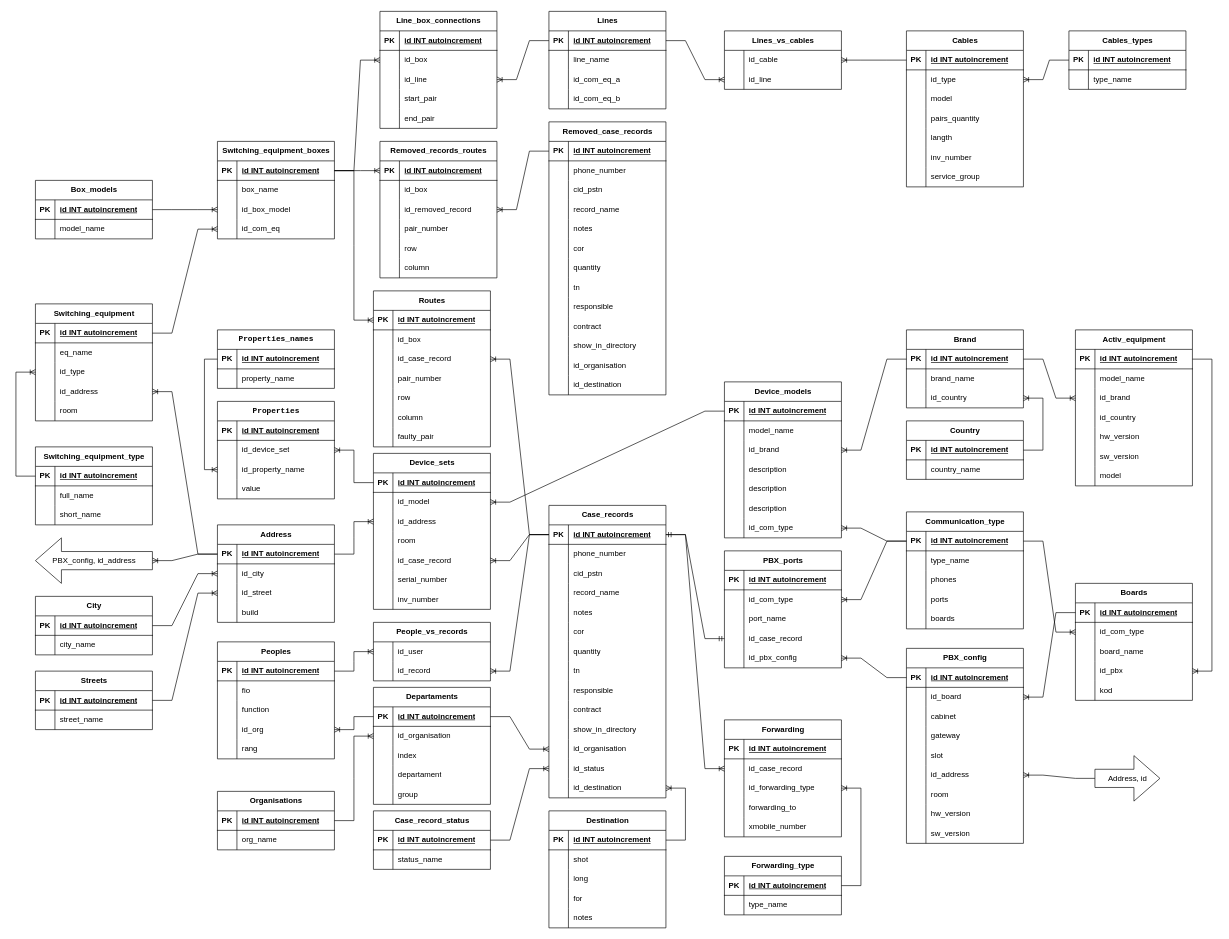
AndyHustler/HomeworkForJSFullStack keeps this draw.io diagram as Project/БД для проекта.drawio. Above is the earlier version. Source tidied: cells renumbered, new cells numbered last; positions are measured from the earlier drawing's top-left corner, leaving out a move shared by most shapes. Both pictures are drawn from the tidied source at 65%, with x=0, y=0 at pixel (16, 11).
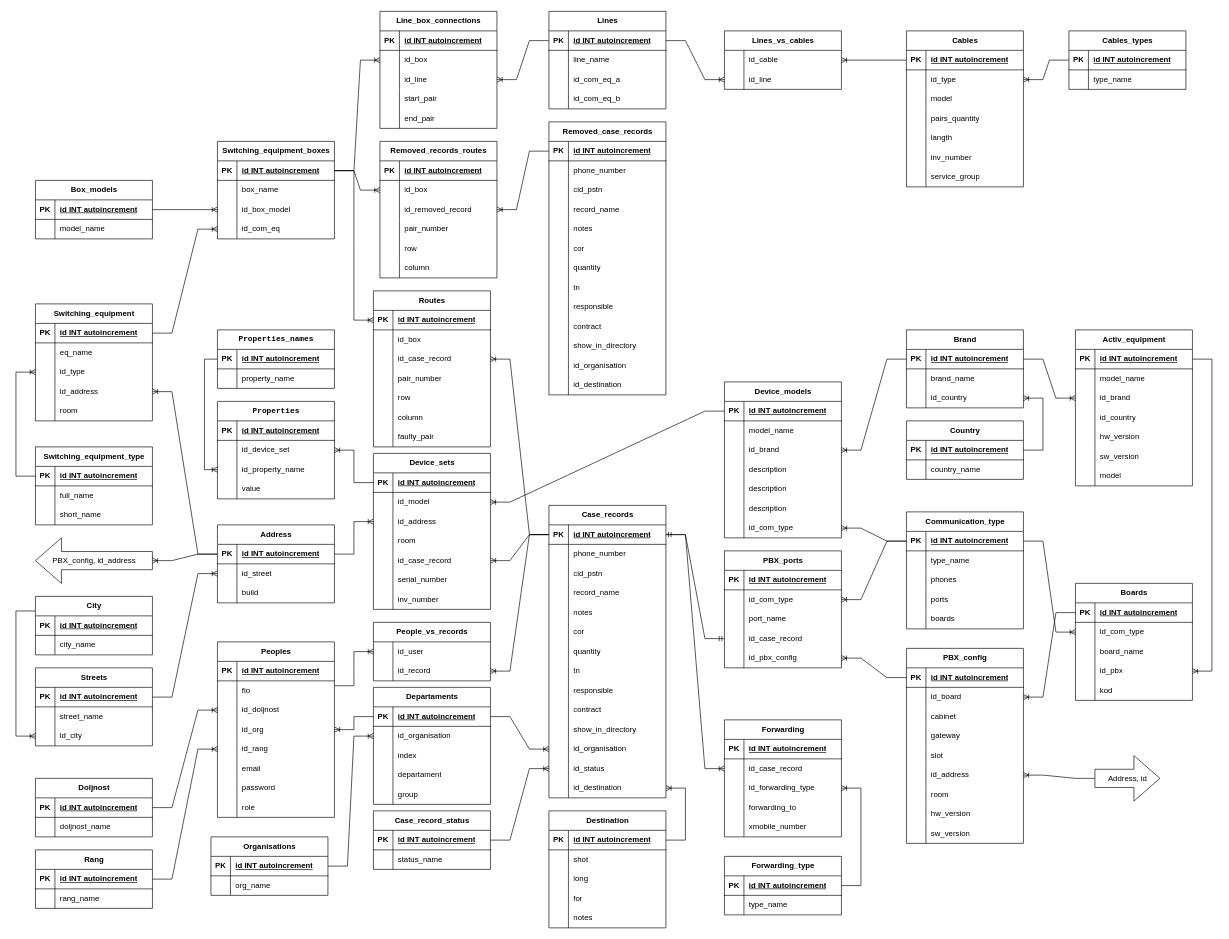
Above is the later version.

The change refers to these unchanged cells:
```xml
<mxCell id="19" style="shape=tableRow;horizontal=0;startSize=0;swimlaneHead=0;swimlaneBody=0;fillColor=none;points=[[0,0.5],[1,0.5]];portConstraint=eastwest;top=0;left=0;right=0;bottom=1;" parent="18" vertex="1">
  <mxGeometry y="30" width="180" height="30" as="geometry" />
</mxCell>
<mxCell id="174" style="shape=tableRow;horizontal=0;startSize=0;swimlaneHead=0;swimlaneBody=0;fillColor=none;points=[[0,0.5],[1,0.5]];portConstraint=eastwest;top=0;left=0;right=0;bottom=1;" parent="173" vertex="1">
  <mxGeometry y="30" width="180" height="30" as="geometry" />
</mxCell>
<mxCell id="177" style="shape=tableRow;horizontal=0;startSize=0;swimlaneHead=0;swimlaneBody=0;fillColor=none;points=[[0,0.5],[1,0.5]];portConstraint=eastwest;top=0;left=0;right=0;bottom=0;" parent="173" vertex="1">
  <mxGeometry y="60" width="180" height="30" as="geometry" />
</mxCell>
<mxCell id="194" value="City" style="shape=table;startSize=30;childLayout=tableLayout;rowLines=0;fontStyle=1;align=center;html=1;" parent="1" vertex="1">
  <mxGeometry x="30" y="900" width="180" height="90" as="geometry" />
</mxCell>
<mxCell id="195" style="shape=tableRow;horizontal=0;startSize=0;swimlaneHead=0;swimlaneBody=0;fillColor=none;points=[[0,0.5],[1,0.5]];portConstraint=eastwest;top=0;left=0;right=0;bottom=1;" parent="194" vertex="1">
  <mxGeometry y="30" width="180" height="30" as="geometry" />
</mxCell>
<mxCell id="343" style="shape=tableRow;horizontal=0;startSize=0;swimlaneHead=0;swimlaneBody=0;fillColor=none;points=[[0,0.5],[1,0.5]];portConstraint=eastwest;top=0;left=0;right=0;bottom=0;" parent="336" vertex="1">
  <mxGeometry y="90" width="180" height="30" as="geometry" />
</mxCell>
<mxCell id="349" style="shape=tableRow;horizontal=0;startSize=0;swimlaneHead=0;swimlaneBody=0;fillColor=none;points=[[0,0.5],[1,0.5]];portConstraint=eastwest;top=0;left=0;right=0;bottom=0;" parent="336" vertex="1">
  <mxGeometry y="150" width="180" height="30" as="geometry" />
</mxCell>
```

What changed in the source:
```diff
@@
     <mxCell id="43" value="Address" style="shape=table;startSize=30;childLayout=tableLayout;rowLines=0;fontStyle=1;align=center;html=1;" parent="1" vertex="1">
-      <mxGeometry x="310" y="790" width="180" height="150" as="geometry" />
+      <mxGeometry x="310" y="790" width="180" height="120" as="geometry" />
     </mxCell>
@@
-    <mxCell id="47" style="shape=tableRow;horizontal=0;startSize=0;swimlaneHead=0;swimlaneBody=0;fillColor=none;points=[[0,0.5],[1,0.5]];portConstraint=eastwest;top=0;left=0;right=0;bottom=0;" parent="43" vertex="1">
-      <mxGeometry y="60" width="180" height="30" as="geometry" />
-    </mxCell>
-    <mxCell id="48" style="shape=partialRectangle;fillColor=none;top=0;left=0;bottom=0;right=0;overflow=hidden;whiteSpace=wrap;html=1;" parent="47" vertex="1">
-      <mxGeometry width="30" height="30" as="geometry" />
-    </mxCell>
-    <mxCell id="49" value="id_city" style="shape=partialRectangle;fillColor=none;top=0;left=0;bottom=0;right=0;align=left;spacingLeft=6;overflow=hidden;whiteSpace=wrap;html=1;" parent="47" vertex="1">
-      <mxGeometry x="30" width="150" height="30" as="geometry" />
-    </mxCell>
     <mxCell id="50" style="shape=tableRow;horizontal=0;startSize=0;swimlaneHead=0;swimlaneBody=0;fillColor=none;points=[[0,0.5],[1,0.5]];portConstraint=eastwest;top=0;left=0;right=0;bottom=0;" parent="43" vertex="1">
-      <mxGeometry y="90" width="180" height="30" as="geometry" />
+      <mxGeometry y="60" width="180" height="30" as="geometry" />
     </mxCell>
@@
     <mxCell id="53" style="shape=tableRow;horizontal=0;startSize=0;swimlaneHead=0;swimlaneBody=0;fillColor=none;top=0;left=0;right=0;bottom=0;" parent="43" vertex="1">
-      <mxGeometry y="120" width="180" height="30" as="geometry" />
+      <mxGeometry y="90" width="180" height="30" as="geometry" />
     </mxCell>
@@
-    <mxCell id="192" style="edgeStyle=entityRelationEdgeStyle;fontSize=12;html=1;endArrow=ERoneToMany;rounded=0;exitX=1;exitY=0.5;exitDx=0;exitDy=0;entryX=0;entryY=0.5;entryDx=0;entryDy=0;" parent="1" edge="1" source="19" target="174">
+    <mxCell id="192" style="edgeStyle=entityRelationEdgeStyle;fontSize=12;html=1;endArrow=ERoneToMany;rounded=0;exitX=1;exitY=0.5;exitDx=0;exitDy=0;entryX=0;entryY=0.5;entryDx=0;entryDy=0;" parent="1" edge="1" source="19" target="177">
       <mxGeometry relative="1" as="geometry" />
     </mxCell>
@@
-    <mxCell id="201" style="edgeStyle=entityRelationEdgeStyle;fontSize=12;html=1;endArrow=ERoneToMany;rounded=0;exitX=1;exitY=0.5;exitDx=0;exitDy=0;" parent="1" edge="1" source="195" target="47">
-      <mxGeometry relative="1" as="geometry" />
+    <mxCell id="201" style="edgeStyle=elbowEdgeStyle;fontSize=12;html=1;endArrow=ERoneToMany;rounded=0;exitX=0;exitY=0.25;exitDx=0;exitDy=0;entryX=0;entryY=0.5;entryDx=0;entryDy=0;" parent="1" edge="1" source="194" target="580">
+      <mxGeometry relative="1" as="geometry">
+        <Array as="points">
+          <mxPoint y="1019" />
+        </Array>
+      </mxGeometry>
     </mxCell>
     <mxCell id="202" value="Streets" style="shape=table;startSize=30;childLayout=tableLayout;rowLines=0;fontStyle=1;align=center;html=1;" parent="1" vertex="1">
-      <mxGeometry x="30" y="1015" width="180" height="90" as="geometry" />
+      <mxGeometry x="30" y="1010" width="180" height="120" as="geometry" />
     </mxCell>
@@
+    <mxCell id="580" style="shape=tableRow;horizontal=0;startSize=0;swimlaneHead=0;swimlaneBody=0;fillColor=none;points=[[0,0.5],[1,0.5]];portConstraint=eastwest;top=0;left=0;right=0;bottom=0;" parent="202" vertex="1">
+      <mxGeometry y="90" width="180" height="30" as="geometry" />
+    </mxCell>
+    <mxCell id="581" style="shape=partialRectangle;fillColor=none;top=0;left=0;bottom=0;right=0;overflow=hidden;whiteSpace=wrap;html=1;" parent="580" vertex="1">
+      <mxGeometry width="30" height="30" as="geometry" />
+    </mxCell>
+    <mxCell id="49" value="id_city" style="shape=partialRectangle;fillColor=none;top=0;left=0;bottom=0;right=0;align=left;spacingLeft=6;overflow=hidden;whiteSpace=wrap;html=1;" parent="580" vertex="1">
+      <mxGeometry x="30" width="150" height="30" as="geometry" />
+    </mxCell>
@@
     <mxCell id="328" value="Organisations" style="shape=table;startSize=30;childLayout=tableLayout;rowLines=0;fontStyle=1;align=center;html=1;" parent="1" vertex="1">
-      <mxGeometry x="310" y="1200" width="180" height="90" as="geometry" />
+      <mxGeometry x="300" y="1270" width="180" height="90" as="geometry" />
     </mxCell>
@@
-    <mxCell id="336" value="Peoples" style="shape=table;startSize=30;childLayout=tableLayout;rowLines=0;fontStyle=1;align=center;html=1;" parent="1" vertex="1">
-      <mxGeometry x="310" y="970" width="180" height="180" as="geometry" />
+    <mxCell id="336" value="&lt;div&gt;Peoples&lt;/div&gt;" style="shape=table;startSize=30;childLayout=tableLayout;rowLines=0;fontStyle=1;align=center;html=1;" parent="1" vertex="1">
+      <mxGeometry x="310" y="970" width="180" height="270" as="geometry" />
     </mxCell>
@@
-    <mxCell id="345" value="function" style="shape=partialRectangle;fillColor=none;top=0;left=0;bottom=0;right=0;align=left;spacingLeft=6;overflow=hidden;whiteSpace=wrap;html=1;" parent="343" vertex="1">
+    <mxCell id="345" value="id_doljnost" style="shape=partialRectangle;fillColor=none;top=0;left=0;bottom=0;right=0;align=left;spacingLeft=6;overflow=hidden;whiteSpace=wrap;html=1;" parent="343" vertex="1">
       <mxGeometry x="30" width="150" height="30" as="geometry" />
     </mxCell>
@@
-    <mxCell id="351" value="rang" style="shape=partialRectangle;fillColor=none;top=0;left=0;bottom=0;right=0;align=left;spacingLeft=6;overflow=hidden;whiteSpace=wrap;html=1;" parent="349" vertex="1">
+    <mxCell id="351" value="id_rang" style="shape=partialRectangle;fillColor=none;top=0;left=0;bottom=0;right=0;align=left;spacingLeft=6;overflow=hidden;whiteSpace=wrap;html=1;" parent="349" vertex="1">
       <mxGeometry x="30" width="150" height="30" as="geometry" />
     </mxCell>
+    <mxCell id="582" style="shape=tableRow;horizontal=0;startSize=0;swimlaneHead=0;swimlaneBody=0;fillColor=none;top=0;left=0;right=0;bottom=0;" parent="336" vertex="1">
+      <mxGeometry y="180" width="180" height="30" as="geometry" />
+    </mxCell>
+    <mxCell id="583" style="shape=partialRectangle;fillColor=none;top=0;left=0;bottom=0;right=0;overflow=hidden;whiteSpace=wrap;html=1;" parent="582" vertex="1">
+      <mxGeometry width="30" height="30" as="geometry" />
+    </mxCell>
+    <mxCell id="584" value="email" style="shape=partialRectangle;fillColor=none;top=0;left=0;bottom=0;right=0;align=left;spacingLeft=6;overflow=hidden;whiteSpace=wrap;html=1;" parent="582" vertex="1">
+      <mxGeometry x="30" width="150" height="30" as="geometry" />
+    </mxCell>
+    <mxCell id="585" style="shape=tableRow;horizontal=0;startSize=0;swimlaneHead=0;swimlaneBody=0;fillColor=none;top=0;left=0;right=0;bottom=0;" parent="336" vertex="1">
+      <mxGeometry y="210" width="180" height="30" as="geometry" />
+    </mxCell>
+    <mxCell id="586" style="shape=partialRectangle;fillColor=none;top=0;left=0;bottom=0;right=0;overflow=hidden;whiteSpace=wrap;html=1;" parent="585" vertex="1">
+      <mxGeometry width="30" height="30" as="geometry" />
+    </mxCell>
+    <mxCell id="587" value="password" style="shape=partialRectangle;fillColor=none;top=0;left=0;bottom=0;right=0;align=left;spacingLeft=6;overflow=hidden;whiteSpace=wrap;html=1;" parent="585" vertex="1">
+      <mxGeometry x="30" width="150" height="30" as="geometry" />
+    </mxCell>
+    <mxCell id="588" style="shape=tableRow;horizontal=0;startSize=0;swimlaneHead=0;swimlaneBody=0;fillColor=none;top=0;left=0;right=0;bottom=0;" parent="336" vertex="1">
+      <mxGeometry y="240" width="180" height="30" as="geometry" />
+    </mxCell>
+    <mxCell id="589" style="shape=partialRectangle;fillColor=none;top=0;left=0;bottom=0;right=0;overflow=hidden;whiteSpace=wrap;html=1;" parent="588" vertex="1">
+      <mxGeometry width="30" height="30" as="geometry" />
+    </mxCell>
+    <mxCell id="590" value="role" style="shape=partialRectangle;fillColor=none;top=0;left=0;bottom=0;right=0;align=left;spacingLeft=6;overflow=hidden;whiteSpace=wrap;html=1;" parent="588" vertex="1">
+      <mxGeometry x="30" width="150" height="30" as="geometry" />
+    </mxCell>
@@
+    <mxCell id="591" value="Rang" style="shape=table;startSize=30;childLayout=tableLayout;rowLines=0;fontStyle=1;align=center;html=1;" parent="1" vertex="1">
+      <mxGeometry x="30" y="1290" width="180" height="90" as="geometry" />
+    </mxCell>
+    <mxCell id="592" style="shape=tableRow;horizontal=0;startSize=0;swimlaneHead=0;swimlaneBody=0;fillColor=none;points=[[0,0.5],[1,0.5]];portConstraint=eastwest;top=0;left=0;right=0;bottom=1;" parent="591" vertex="1">
+      <mxGeometry y="30" width="180" height="30" as="geometry" />
+    </mxCell>
+    <mxCell id="593" value="PK" style="shape=partialRectangle;fillColor=none;top=0;left=0;bottom=0;right=0;fontStyle=1;overflow=hidden;whiteSpace=wrap;html=1;" parent="592" vertex="1">
+      <mxGeometry width="30" height="30" as="geometry" />
+    </mxCell>
+    <mxCell id="594" value="id INT autoincrement" style="shape=partialRectangle;fillColor=none;top=0;left=0;bottom=0;right=0;align=left;spacingLeft=6;fontStyle=5;overflow=hidden;whiteSpace=wrap;html=1;" parent="592" vertex="1">
+      <mxGeometry x="30" width="150" height="30" as="geometry" />
+    </mxCell>
+    <mxCell id="595" style="shape=tableRow;horizontal=0;startSize=0;swimlaneHead=0;swimlaneBody=0;fillColor=none;top=0;left=0;right=0;bottom=0;" parent="591" vertex="1">
+      <mxGeometry y="60" width="180" height="30" as="geometry" />
+    </mxCell>
+    <mxCell id="596" style="shape=partialRectangle;fillColor=none;top=0;left=0;bottom=0;right=0;overflow=hidden;whiteSpace=wrap;html=1;" parent="595" vertex="1">
+      <mxGeometry width="30" height="30" as="geometry" />
+    </mxCell>
+    <mxCell id="597" value="rang_name" style="shape=partialRectangle;fillColor=none;top=0;left=0;bottom=0;right=0;align=left;spacingLeft=6;overflow=hidden;whiteSpace=wrap;html=1;" parent="595" vertex="1">
+      <mxGeometry x="30" width="150" height="30" as="geometry" />
+    </mxCell>
+    <mxCell id="598" style="edgeStyle=entityRelationEdgeStyle;fontSize=12;html=1;endArrow=ERoneToMany;rounded=0;exitX=1;exitY=0.5;exitDx=0;exitDy=0;" parent="1" edge="1" source="592" target="349">
+      <mxGeometry relative="1" as="geometry" />
+    </mxCell>
+    <mxCell id="599" value="Doljnost" style="shape=table;startSize=30;childLayout=tableLayout;rowLines=0;fontStyle=1;align=center;html=1;" parent="1" vertex="1">
+      <mxGeometry x="30" y="1180" width="180" height="90" as="geometry" />
+    </mxCell>
+    <mxCell id="600" style="shape=tableRow;horizontal=0;startSize=0;swimlaneHead=0;swimlaneBody=0;fillColor=none;points=[[0,0.5],[1,0.5]];portConstraint=eastwest;top=0;left=0;right=0;bottom=1;" parent="599" vertex="1">
+      <mxGeometry y="30" width="180" height="30" as="geometry" />
+    </mxCell>
+    <mxCell id="601" value="PK" style="shape=partialRectangle;fillColor=none;top=0;left=0;bottom=0;right=0;fontStyle=1;overflow=hidden;whiteSpace=wrap;html=1;" parent="600" vertex="1">
+      <mxGeometry width="30" height="30" as="geometry" />
+    </mxCell>
+    <mxCell id="602" value="id INT autoincrement" style="shape=partialRectangle;fillColor=none;top=0;left=0;bottom=0;right=0;align=left;spacingLeft=6;fontStyle=5;overflow=hidden;whiteSpace=wrap;html=1;" parent="600" vertex="1">
+      <mxGeometry x="30" width="150" height="30" as="geometry" />
+    </mxCell>
+    <mxCell id="603" style="shape=tableRow;horizontal=0;startSize=0;swimlaneHead=0;swimlaneBody=0;fillColor=none;top=0;left=0;right=0;bottom=0;" parent="599" vertex="1">
+      <mxGeometry y="60" width="180" height="30" as="geometry" />
+    </mxCell>
+    <mxCell id="604" style="shape=partialRectangle;fillColor=none;top=0;left=0;bottom=0;right=0;overflow=hidden;whiteSpace=wrap;html=1;" parent="603" vertex="1">
+      <mxGeometry width="30" height="30" as="geometry" />
+    </mxCell>
+    <mxCell id="605" value="doljnost_name" style="shape=partialRectangle;fillColor=none;top=0;left=0;bottom=0;right=0;align=left;spacingLeft=6;overflow=hidden;whiteSpace=wrap;html=1;" parent="603" vertex="1">
+      <mxGeometry x="30" width="150" height="30" as="geometry" />
+    </mxCell>
+    <mxCell id="606" style="edgeStyle=entityRelationEdgeStyle;fontSize=12;html=1;endArrow=ERoneToMany;rounded=0;exitX=1;exitY=0.5;exitDx=0;exitDy=0;entryX=0;entryY=0.5;entryDx=0;entryDy=0;" parent="1" edge="1" source="600" target="343">
+      <mxGeometry relative="1" as="geometry" />
+    </mxCell>
```
